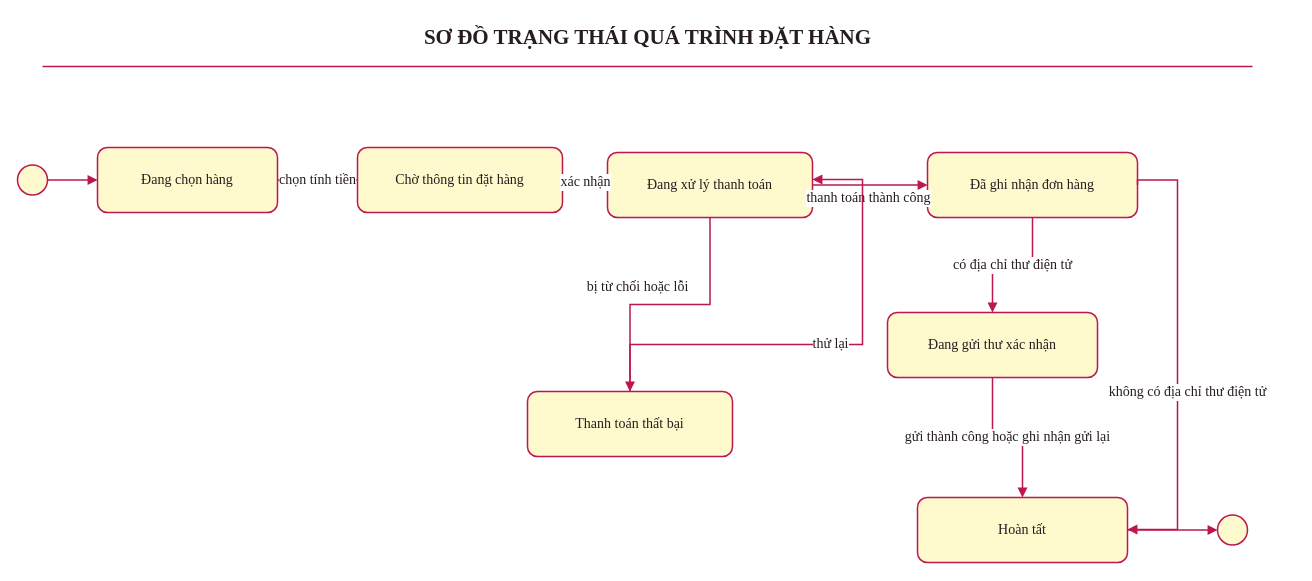
Before: page "02 Trạng thái đặt hàng" (2 of 6) of LAB_AT_OOSD/LAB04/ThietKe/PhamMInhGiang-12DHCNPM1-ThietKeLab04.drawio in 1250080044-PhamMinhGiang-12DHCNPM1/OOP-Lab, a draw.io diagram. Source tidied: cells renumbered, new cells numbered last; positions are measured from the earlier drawing's top-left corner, leaving out a move shared by most shapes. Both pictures are drawn from the tidied source at 100%, with x=0, y=0 at pixel (17, 17).
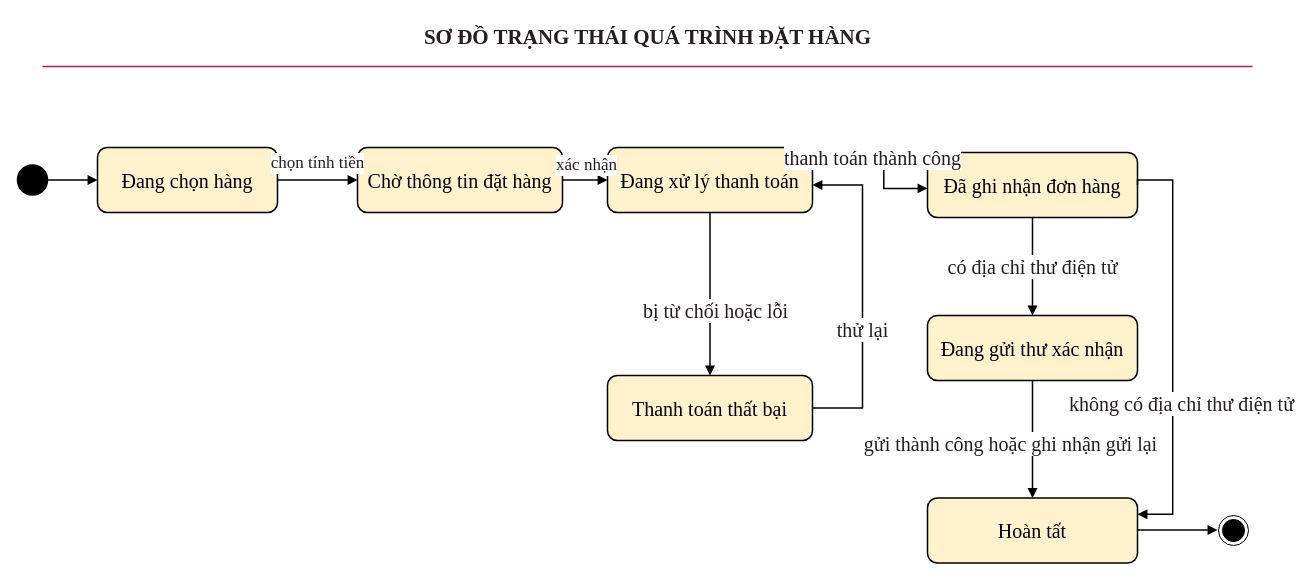
After the change.

The edit, as a diff of the source:
```diff
@@
-    <mxCell id="3" style="ellipse;html=1;fillColor=#FFF9CE;strokeColor=#BD174F;fontSize=14;fontFamily=Times New Roman;fontColor=#271C20;strokeWidth=1.5;" parent="1" vertex="1">
+    <mxCell id="3" style="ellipse;html=1;fontSize=14;fontFamily=Times New Roman;strokeWidth=1.5;fillColor=#000000;" parent="1" vertex="1">
       <mxGeometry y="147.5" width="30" height="30" as="geometry" />
     </mxCell>
-    <mxCell id="4" value="Đang chọn hàng" style="rounded=1;whiteSpace=wrap;html=1;fillColor=#FFF9CE;strokeColor=#BD174F;strokeWidth=1.5;fontSize=14;fontFamily=Times New Roman;fontColor=#271C20;" parent="1" vertex="1">
+    <mxCell id="4" value="Đang chọn hàng" style="rounded=1;whiteSpace=wrap;html=1;strokeWidth=1.5;fontSize=20;fontFamily=Times New Roman;fillColor=#fff2cc;strokeColor=default;" parent="1" vertex="1">
       <mxGeometry x="80" y="130" width="180" height="65" as="geometry" />
     </mxCell>
-    <mxCell id="5" value="Chờ thông tin đặt hàng" style="rounded=1;whiteSpace=wrap;html=1;fillColor=#FFF9CE;strokeColor=#BD174F;strokeWidth=1.5;fontSize=14;fontFamily=Times New Roman;fontColor=#271C20;" parent="1" vertex="1">
+    <mxCell id="5" value="Chờ thông tin đặt hàng" style="rounded=1;whiteSpace=wrap;html=1;strokeWidth=1.5;fontSize=20;fontFamily=Times New Roman;fillColor=#fff2cc;strokeColor=default;" parent="1" vertex="1">
       <mxGeometry x="340" y="130" width="205" height="65" as="geometry" />
     </mxCell>
-    <mxCell id="6" value="Đang xử lý thanh toán" style="rounded=1;whiteSpace=wrap;html=1;fillColor=#FFF9CE;strokeColor=#BD174F;strokeWidth=1.5;fontSize=14;fontFamily=Times New Roman;fontColor=#271C20;" parent="1" vertex="1">
-      <mxGeometry x="590" y="135" width="205" height="65" as="geometry" />
+    <mxCell id="6" value="Đang xử lý thanh toán" style="rounded=1;whiteSpace=wrap;html=1;strokeWidth=1.5;fontSize=20;fontFamily=Times New Roman;fillColor=#fff2cc;strokeColor=default;" parent="1" vertex="1">
+      <mxGeometry x="590" y="130" width="205" height="65" as="geometry" />
     </mxCell>
-    <mxCell id="7" value="Đã ghi nhận đơn hàng" style="rounded=1;whiteSpace=wrap;html=1;fillColor=#FFF9CE;strokeColor=#BD174F;strokeWidth=1.5;fontSize=14;fontFamily=Times New Roman;fontColor=#271C20;" parent="1" vertex="1">
+    <mxCell id="7" value="Đã ghi nhận đơn hàng" style="rounded=1;whiteSpace=wrap;html=1;strokeWidth=1.5;fontSize=20;fontFamily=Times New Roman;fillColor=#fff2cc;strokeColor=default;" parent="1" vertex="1">
       <mxGeometry x="910" y="135" width="210" height="65" as="geometry" />
     </mxCell>
-    <mxCell id="8" value="Thanh toán thất bại" style="rounded=1;whiteSpace=wrap;html=1;fillColor=#FFF9CE;strokeColor=#BD174F;strokeWidth=1.5;fontSize=14;fontFamily=Times New Roman;fontColor=#271C20;" parent="1" vertex="1">
-      <mxGeometry x="510" y="374" width="205" height="65" as="geometry" />
+    <mxCell id="8" value="Thanh toán thất bại" style="rounded=1;whiteSpace=wrap;html=1;strokeWidth=1.5;fontSize=20;fontFamily=Times New Roman;fillColor=#fff2cc;strokeColor=default;" parent="1" vertex="1">
+      <mxGeometry x="590" y="358" width="205" height="65" as="geometry" />
     </mxCell>
-    <mxCell id="9" value="Đang gửi thư xác nhận" style="rounded=1;whiteSpace=wrap;html=1;fillColor=#FFF9CE;strokeColor=#BD174F;strokeWidth=1.5;fontSize=14;fontFamily=Times New Roman;fontColor=#271C20;" parent="1" vertex="1">
-      <mxGeometry x="870" y="295" width="210" height="65" as="geometry" />
+    <mxCell id="9" value="Đang gửi thư xác nhận" style="rounded=1;whiteSpace=wrap;html=1;strokeWidth=1.5;fontSize=20;fontFamily=Times New Roman;fillColor=#fff2cc;strokeColor=default;" parent="1" vertex="1">
+      <mxGeometry x="910" y="298" width="210" height="65" as="geometry" />
     </mxCell>
-    <mxCell id="10" value="Hoàn tất" style="rounded=1;whiteSpace=wrap;html=1;fillColor=#FFF9CE;strokeColor=#BD174F;strokeWidth=1.5;fontSize=14;fontFamily=Times New Roman;fontColor=#271C20;" parent="1" vertex="1">
-      <mxGeometry x="900" y="480" width="210" height="65" as="geometry" />
+    <mxCell id="10" value="Hoàn tất" style="rounded=1;whiteSpace=wrap;html=1;strokeWidth=1.5;fontSize=20;fontFamily=Times New Roman;fillColor=#fff2cc;strokeColor=default;" parent="1" vertex="1">
+      <mxGeometry x="910" y="480.5" width="210" height="65" as="geometry" />
     </mxCell>
-    <mxCell id="11" style="ellipse;html=1;fillColor=#FFF9CE;strokeColor=#BD174F;fontSize=14;fontFamily=Times New Roman;fontColor=#271C20;strokeWidth=1.5;" parent="1" vertex="1">
-      <mxGeometry x="1200" y="497.5" width="30" height="30" as="geometry" />
-    </mxCell>
-    <mxCell id="12" style="edgeStyle=orthogonalEdgeStyle;rounded=0;jettySize=auto;html=1;endArrow=block;endFill=1;strokeWidth=1.5;fontSize=14;strokeColor=#BD174F;fontFamily=Times New Roman;fontColor=#271C20;labelBackgroundColor=#FFFFFF;" parent="1" edge="1" source="3" target="4">
+    <mxCell id="12" style="edgeStyle=orthogonalEdgeStyle;rounded=0;jettySize=auto;html=1;endArrow=block;endFill=1;strokeWidth=1.5;fontSize=14;strokeColor=default;fontFamily=Times New Roman;fontColor=#271C20;labelBackgroundColor=#FFFFFF;" parent="1" edge="1" source="3" target="4">
       <mxGeometry relative="1" as="geometry" />
     </mxCell>
-    <mxCell id="13" value="chọn tính tiền" style="edgeStyle=orthogonalEdgeStyle;rounded=0;jettySize=auto;html=1;endArrow=block;endFill=1;strokeWidth=1.5;fontSize=14;strokeColor=#BD174F;fontFamily=Times New Roman;fontColor=#271C20;labelBackgroundColor=#FFFFFF;" parent="1" edge="1" source="4" target="5">
-      <mxGeometry relative="1" as="geometry" />
+    <mxCell id="13" value="&lt;font style=&quot;font-size: 17px;&quot;&gt;chọn tính tiền&lt;/font&gt;" style="edgeStyle=orthogonalEdgeStyle;rounded=0;jettySize=auto;html=1;endArrow=block;endFill=1;strokeWidth=1.5;fontSize=14;fontFamily=Times New Roman;fontColor=#271C20;labelBackgroundColor=#FFFFFF;" parent="1" edge="1" source="4" target="5">
+      <mxGeometry y="17" relative="1" as="geometry" />
     </mxCell>
-    <mxCell id="14" value="xác nhận" style="edgeStyle=orthogonalEdgeStyle;rounded=0;jettySize=auto;html=1;endArrow=block;endFill=1;strokeWidth=1.5;fontSize=14;strokeColor=#BD174F;fontFamily=Times New Roman;fontColor=#271C20;labelBackgroundColor=#FFFFFF;" parent="1" edge="1" source="5" target="6">
-      <mxGeometry relative="1" as="geometry" />
+    <mxCell id="14" value="&lt;font style=&quot;font-size: 17px;&quot;&gt;xác nhận&lt;/font&gt;" style="edgeStyle=orthogonalEdgeStyle;rounded=0;jettySize=auto;html=1;endArrow=block;endFill=1;strokeWidth=1.5;fontSize=14;fontFamily=Times New Roman;fontColor=#271C20;labelBackgroundColor=#FFFFFF;" parent="1" edge="1" source="5" target="6">
+      <mxGeometry x="0.08" y="15" relative="1" as="geometry" />
     </mxCell>
-    <mxCell id="15" value="thanh toán thành công" style="edgeStyle=orthogonalEdgeStyle;rounded=0;jettySize=auto;html=1;endArrow=block;endFill=1;strokeWidth=1.5;fontSize=14;strokeColor=#BD174F;fontFamily=Times New Roman;fontColor=#271C20;labelBackgroundColor=#FFFFFF;" parent="1" edge="1" source="6" target="7">
-      <mxGeometry x="-0.04" y="-12" relative="1" as="geometry">
-        <mxPoint x="1" y="1" as="offset" />
+    <mxCell id="15" value="&lt;font style=&quot;font-size: 20px;&quot;&gt;thanh toán thành công&lt;/font&gt;" style="edgeStyle=orthogonalEdgeStyle;rounded=0;jettySize=auto;html=1;endArrow=block;endFill=1;strokeWidth=1.5;fontSize=14;fontFamily=Times New Roman;fontColor=#271C20;labelBackgroundColor=#FFFFFF;exitX=1;exitY=0.25;exitDx=0;exitDy=0;" parent="1" edge="1" source="6" target="7">
+      <mxGeometry x="-0.07" y="11" relative="1" as="geometry">
+        <Array as="points">
+          <mxPoint x="866.3" y="151.3" />
+          <mxPoint x="866.3" y="170.9" />
+        </Array>
       </mxGeometry>
     </mxCell>
-    <mxCell id="16" value="bị từ chối hoặc lỗi" style="edgeStyle=orthogonalEdgeStyle;rounded=0;jettySize=auto;html=1;endArrow=block;endFill=1;strokeWidth=1.5;fontSize=14;strokeColor=#BD174F;fontFamily=Times New Roman;fontColor=#271C20;labelBackgroundColor=#FFFFFF;" parent="1" edge="1" source="6" target="8">
-      <mxGeometry x="0.26" y="-17" relative="1" as="geometry" />
+    <mxCell id="16" value="&lt;font style=&quot;font-size: 20px;&quot;&gt;bị từ chối hoặc lỗi&lt;/font&gt;" style="edgeStyle=orthogonalEdgeStyle;rounded=0;jettySize=auto;html=1;endArrow=block;endFill=1;strokeWidth=1.5;fontSize=14;fontFamily=Times New Roman;fontColor=#271C20;labelBackgroundColor=#FFFFFF;" parent="1" edge="1" source="6" target="8">
+      <mxGeometry x="0.2" y="5" relative="1" as="geometry" />
     </mxCell>
-    <mxCell id="17" value="thử lại" style="edgeStyle=orthogonalEdgeStyle;rounded=0;jettySize=auto;html=1;endArrow=block;endFill=1;strokeWidth=1.5;fontSize=14;strokeColor=#BD174F;fontFamily=Times New Roman;fontColor=#271C20;labelBackgroundColor=#FFFFFF;" parent="1" edge="1" source="8" target="6">
-      <mxGeometry relative="1" as="geometry">
+    <mxCell id="17" value="&lt;font style=&quot;font-size: 20px;&quot;&gt;thử lại&lt;/font&gt;" style="edgeStyle=orthogonalEdgeStyle;rounded=0;jettySize=auto;html=1;endArrow=block;endFill=1;strokeWidth=1.5;fontSize=14;fontFamily=Times New Roman;fontColor=#271C20;labelBackgroundColor=#FFFFFF;exitX=1;exitY=0.5;exitDx=0;exitDy=0;" parent="1" edge="1" source="8" target="6">
+      <mxGeometry x="-0.2" relative="1" as="geometry">
         <Array as="points">
-          <mxPoint x="845" y="327" />
-          <mxPoint x="845" y="162" />
+          <mxPoint x="845" y="390.1" />
+          <mxPoint x="845" y="167.5" />
         </Array>
       </mxGeometry>
     </mxCell>
-    <mxCell id="18" value="có địa chỉ thư điện tử" style="edgeStyle=orthogonalEdgeStyle;rounded=0;jettySize=auto;html=1;endArrow=block;endFill=1;strokeWidth=1.5;fontSize=14;strokeColor=#BD174F;fontFamily=Times New Roman;fontColor=#271C20;labelBackgroundColor=#FFFFFF;" parent="1" edge="1" source="7" target="9">
+    <mxCell id="18" value="&lt;font style=&quot;font-size: 20px;&quot;&gt;có địa chỉ thư điện tử&lt;/font&gt;" style="edgeStyle=orthogonalEdgeStyle;rounded=0;jettySize=auto;html=1;endArrow=block;endFill=1;strokeWidth=1.5;fontSize=14;fontFamily=Times New Roman;fontColor=#271C20;labelBackgroundColor=#FFFFFF;" parent="1" edge="1" source="7" target="9">
       <mxGeometry relative="1" as="geometry" />
     </mxCell>
-    <mxCell id="19" value="gửi thành công hoặc ghi nhận gửi lại" style="edgeStyle=orthogonalEdgeStyle;rounded=0;jettySize=auto;html=1;endArrow=block;endFill=1;strokeWidth=1.5;fontSize=14;strokeColor=#BD174F;fontFamily=Times New Roman;fontColor=#271C20;labelBackgroundColor=#FFFFFF;" parent="1" edge="1" source="9" target="10">
-      <mxGeometry relative="1" as="geometry" />
+    <mxCell id="19" value="gửi thành công hoặc ghi nhận gửi lại" style="edgeStyle=orthogonalEdgeStyle;rounded=0;jettySize=auto;html=1;endArrow=block;endFill=1;strokeWidth=1.5;fontSize=20;fontFamily=Times New Roman;fontColor=#271C20;labelBackgroundColor=#FFFFFF;" parent="1" edge="1" source="9" target="10">
+      <mxGeometry x="0.07" y="-22" relative="1" as="geometry" />
     </mxCell>
-    <mxCell id="20" value="không có địa chỉ thư điện tử" style="edgeStyle=orthogonalEdgeStyle;rounded=0;jettySize=auto;html=1;endArrow=block;endFill=1;strokeWidth=1.5;fontSize=14;exitX=1;exitY=0.5;exitDx=0;exitDy=0;strokeColor=#BD174F;fontFamily=Times New Roman;fontColor=#271C20;labelBackgroundColor=#FFFFFF;" parent="1" edge="1" source="7">
-      <mxGeometry x="0.16" y="10" relative="1" as="geometry">
-        <mxPoint x="1110" y="512" as="targetPoint" />
+    <mxCell id="20" value="&lt;font style=&quot;font-size: 20px;&quot;&gt;không có địa chỉ thư điện tử&lt;/font&gt;" style="edgeStyle=orthogonalEdgeStyle;rounded=0;jettySize=auto;html=1;endArrow=block;endFill=1;strokeWidth=1.5;fontSize=14;exitX=1;exitY=0.5;exitDx=0;exitDy=0;fontFamily=Times New Roman;fontColor=#271C20;labelBackgroundColor=#FFFFFF;entryX=1;entryY=0.25;entryDx=0;entryDy=0;" parent="1" edge="1" source="7" target="10">
+      <mxGeometry x="0.29" y="9" relative="1" as="geometry">
         <Array as="points">
           <mxPoint x="1120" y="162.4" />
-          <mxPoint x="1160" y="162.4" />
-          <mxPoint x="1160" y="512" />
+          <mxPoint x="1155.2" y="162.4" />
+          <mxPoint x="1155.2" y="496.3" />
         </Array>
       </mxGeometry>
     </mxCell>
-    <mxCell id="21" style="edgeStyle=orthogonalEdgeStyle;rounded=0;jettySize=auto;html=1;endArrow=block;endFill=1;strokeWidth=1.5;fontSize=14;strokeColor=#BD174F;fontFamily=Times New Roman;fontColor=#271C20;labelBackgroundColor=#FFFFFF;" parent="1" edge="1" source="10" target="11">
-      <mxGeometry relative="1" as="geometry" />
+    <mxCell id="21" style="edgeStyle=orthogonalEdgeStyle;rounded=0;jettySize=auto;html=1;endArrow=block;endFill=1;strokeWidth=1.5;fontSize=14;strokeColor=default;fontFamily=Times New Roman;fontColor=#271C20;labelBackgroundColor=#FFFFFF;" parent="1" edge="1" source="10">
+      <mxGeometry relative="1" as="geometry">
+        <mxPoint x="1200" y="512.5" as="targetPoint" />
+      </mxGeometry>
     </mxCell>
@@
+    <mxCell id="23" style="ellipse;html=1;shape=endState;fillColor=#000000;strokeColor=default;" parent="1" vertex="1">
+      <mxGeometry x="1201" y="498" width="30" height="30" as="geometry" />
+    </mxCell>
```
